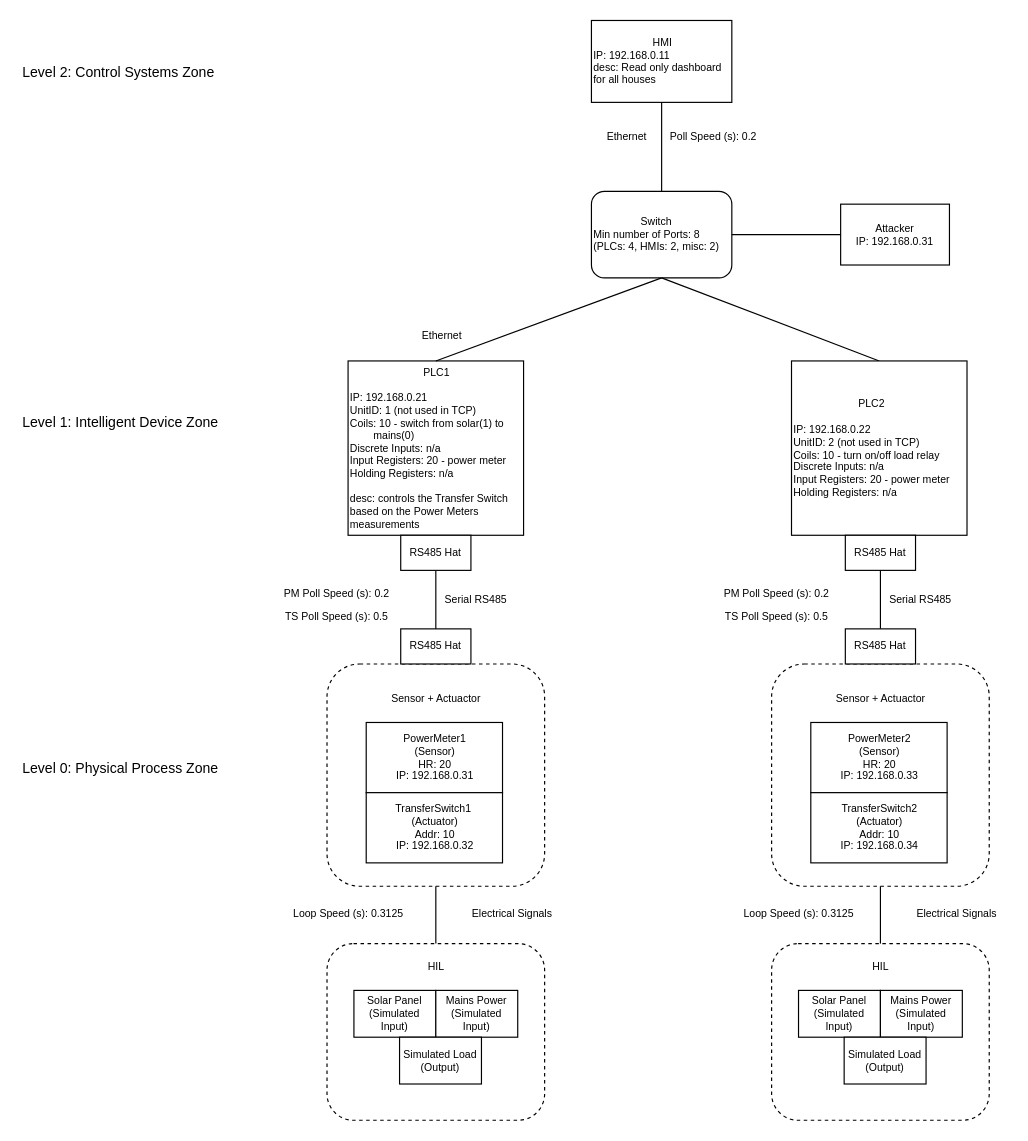
Above: diagrams/ICS Detailed Diagram.drawio in JaxsonBrownie/ICS_Simulation (draw.io), before the change. Source tidied: cells renumbered, new cells numbered last; positions are measured from the earlier drawing's top-left corner, leaving out a move shared by most shapes. Both pictures are drawn from the tidied source at 117%, with x=0, y=0 at pixel (20, 20).
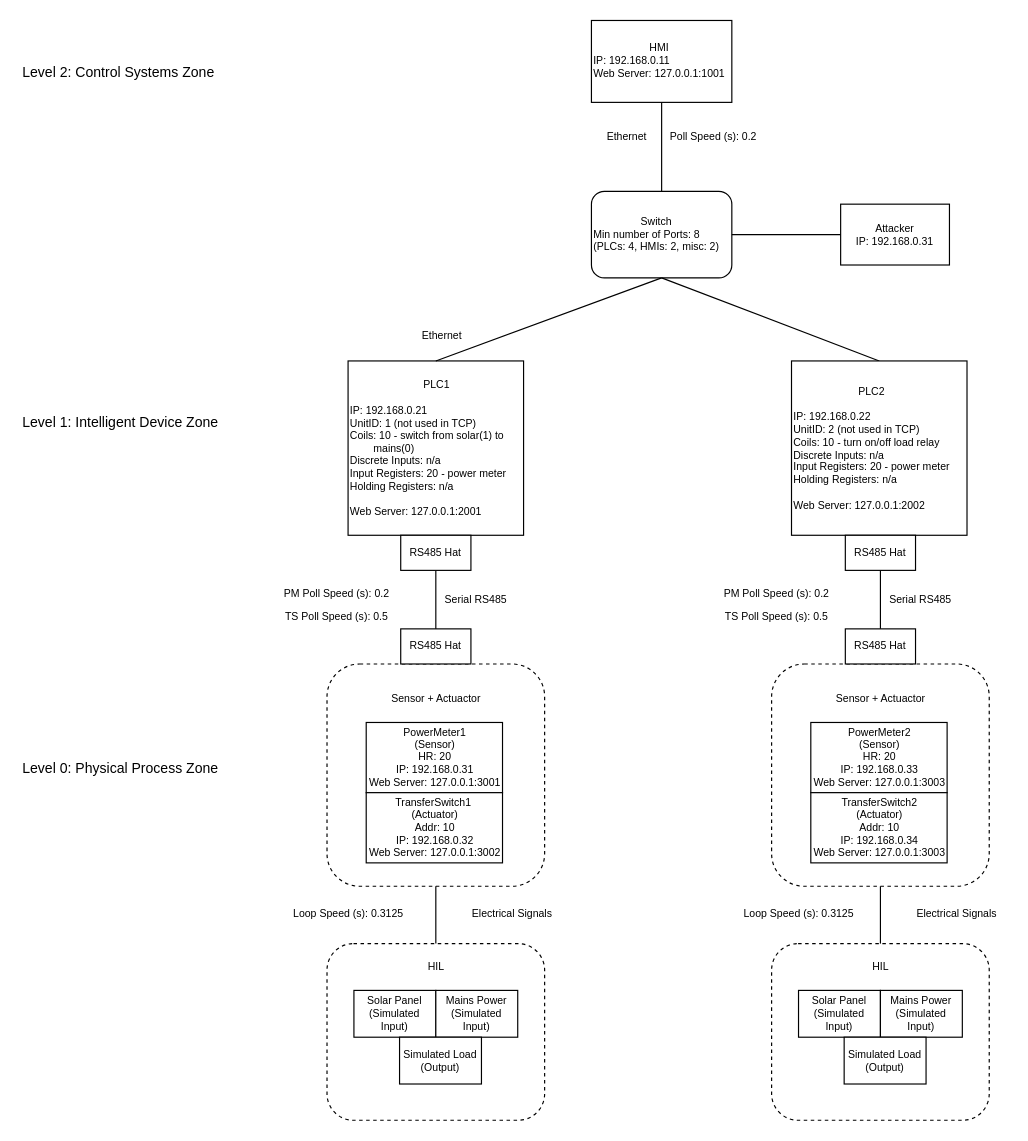
Above is the later version.

Commit message (it also covers changes not shown here):
added arg parsing; added port numbers to diagram

The edit, as a diff of the source:
```diff
@@
-    <mxCell id="4" value="&lt;div style=&quot;text-align: center;&quot;&gt;&lt;span style=&quot;background-color: initial;&quot;&gt;HMI&lt;/span&gt;&lt;/div&gt;&lt;div style=&quot;font-size: 9px;&quot;&gt;IP: 192.168.0.11&lt;/div&gt;&lt;div style=&quot;font-size: 9px;&quot;&gt;desc: Read only dashboard for all houses&lt;/div&gt;" style="rounded=0;whiteSpace=wrap;html=1;fontSize=9;align=left;" parent="1" vertex="1">
+    <mxCell id="4" value="&lt;div style=&quot;text-align: center;&quot;&gt;&lt;span style=&quot;background-color: initial;&quot;&gt;HMI&lt;/span&gt;&lt;/div&gt;&lt;div style=&quot;font-size: 9px;&quot;&gt;IP: 192.168.0.11&lt;/div&gt;&lt;div style=&quot;font-size: 9px;&quot;&gt;Web Server: 127.0.0.1:1001&lt;/div&gt;" style="rounded=0;whiteSpace=wrap;html=1;fontSize=9;align=left;" parent="1" vertex="1">
       <mxGeometry x="488" width="120" height="70" as="geometry" />
     </mxCell>
@@
-    <mxCell id="6" value="&lt;div style=&quot;text-align: center;&quot;&gt;&lt;span style=&quot;background-color: initial;&quot;&gt;PLC1&lt;/span&gt;&lt;/div&gt;&lt;div style=&quot;text-align: center;&quot;&gt;&lt;span style=&quot;background-color: initial;&quot;&gt;&lt;br&gt;&lt;/span&gt;&lt;/div&gt;&lt;div style=&quot;font-size: 9px;&quot;&gt;IP: 192.168.0.21&lt;/div&gt;&lt;div style=&quot;font-size: 9px;&quot;&gt;UnitID: 1 (not used in TCP)&lt;/div&gt;&lt;div style=&quot;font-size: 9px;&quot;&gt;Coils: 10 - switch from solar(1) to &lt;span style=&quot;white-space: pre;&quot;&gt;&#9;&lt;/span&gt;mains(0)&lt;/div&gt;&lt;div style=&quot;font-size: 9px;&quot;&gt;Discrete Inputs: n/a&lt;/div&gt;&lt;div style=&quot;font-size: 9px;&quot;&gt;Input Registers: 20 - power meter&lt;/div&gt;&lt;div style=&quot;font-size: 9px;&quot;&gt;Holding Registers: n/a&lt;/div&gt;&lt;div style=&quot;font-size: 9px;&quot;&gt;&lt;br&gt;&lt;/div&gt;&lt;div style=&quot;font-size: 9px;&quot;&gt;desc: controls the Transfer Switch based on the Power Meters measurements&lt;/div&gt;" style="rounded=0;whiteSpace=wrap;html=1;fontSize=9;align=left;horizontal=1;" parent="1" vertex="1">
+    <mxCell id="6" value="&lt;div style=&quot;text-align: center;&quot;&gt;&lt;span style=&quot;background-color: initial;&quot;&gt;PLC1&lt;/span&gt;&lt;/div&gt;&lt;div style=&quot;text-align: center;&quot;&gt;&lt;span style=&quot;background-color: initial;&quot;&gt;&lt;br&gt;&lt;/span&gt;&lt;/div&gt;&lt;div style=&quot;font-size: 9px;&quot;&gt;IP: 192.168.0.21&lt;/div&gt;&lt;div style=&quot;font-size: 9px;&quot;&gt;UnitID: 1 (not used in TCP)&lt;/div&gt;&lt;div style=&quot;font-size: 9px;&quot;&gt;Coils: 10 - switch from solar(1) to &lt;span style=&quot;white-space: pre;&quot;&gt;&#9;&lt;/span&gt;mains(0)&lt;/div&gt;&lt;div style=&quot;font-size: 9px;&quot;&gt;Discrete Inputs: n/a&lt;/div&gt;&lt;div style=&quot;font-size: 9px;&quot;&gt;Input Registers: 20 - power meter&lt;/div&gt;&lt;div style=&quot;font-size: 9px;&quot;&gt;Holding Registers: n/a&lt;/div&gt;&lt;div style=&quot;font-size: 9px;&quot;&gt;&lt;br&gt;&lt;/div&gt;&lt;div style=&quot;font-size: 9px;&quot;&gt;Web Server: 127.0.0.1:2001&lt;/div&gt;" style="rounded=0;whiteSpace=wrap;html=1;fontSize=9;align=left;horizontal=1;" parent="1" vertex="1">
       <mxGeometry x="280" y="291" width="150" height="149" as="geometry" />
     </mxCell>
@@
-    <mxCell id="10" value="&lt;div style=&quot;text-align: center;&quot;&gt;&lt;span style=&quot;background-color: initial;&quot;&gt;PLC2&lt;/span&gt;&lt;/div&gt;&lt;div style=&quot;text-align: center;&quot;&gt;&lt;span style=&quot;background-color: initial;&quot;&gt;&lt;br&gt;&lt;/span&gt;&lt;/div&gt;&lt;div style=&quot;font-size: 9px;&quot;&gt;IP: 192.168.0.22&lt;/div&gt;&lt;div style=&quot;font-size: 9px;&quot;&gt;UnitID: 2 (not used in TCP)&lt;/div&gt;&lt;div style=&quot;font-size: 9px;&quot;&gt;Coils: 10 - turn on/off load relay&lt;/div&gt;&lt;div style=&quot;font-size: 9px;&quot;&gt;Discrete Inputs: n/a&lt;/div&gt;&lt;div style=&quot;font-size: 9px;&quot;&gt;Input Registers: 20 - power meter&lt;/div&gt;&lt;div style=&quot;font-size: 9px;&quot;&gt;Holding Registers: n/a&lt;/div&gt;" style="rounded=0;whiteSpace=wrap;html=1;fontSize=9;align=left;horizontal=1;" parent="1" vertex="1">
+    <mxCell id="10" value="&lt;div style=&quot;text-align: center;&quot;&gt;&lt;span style=&quot;background-color: initial;&quot;&gt;PLC2&lt;/span&gt;&lt;/div&gt;&lt;div style=&quot;text-align: center;&quot;&gt;&lt;span style=&quot;background-color: initial;&quot;&gt;&lt;br&gt;&lt;/span&gt;&lt;/div&gt;&lt;div style=&quot;font-size: 9px;&quot;&gt;IP: 192.168.0.22&lt;/div&gt;&lt;div style=&quot;font-size: 9px;&quot;&gt;UnitID: 2 (not used in TCP)&lt;/div&gt;&lt;div style=&quot;font-size: 9px;&quot;&gt;Coils: 10 - turn on/off load relay&lt;/div&gt;&lt;div style=&quot;font-size: 9px;&quot;&gt;Discrete Inputs: n/a&lt;/div&gt;&lt;div style=&quot;font-size: 9px;&quot;&gt;Input Registers: 20 - power meter&lt;/div&gt;&lt;div style=&quot;font-size: 9px;&quot;&gt;Holding Registers: n/a&lt;/div&gt;&lt;div style=&quot;font-size: 9px;&quot;&gt;&lt;br&gt;&lt;/div&gt;&lt;div style=&quot;font-size: 9px;&quot;&gt;Web Server: 127.0.0.1:2002&lt;/div&gt;" style="rounded=0;whiteSpace=wrap;html=1;fontSize=9;align=left;horizontal=1;" parent="1" vertex="1">
       <mxGeometry x="659" y="291" width="150" height="149" as="geometry" />
     </mxCell>
@@
-    <mxCell id="19" value="PowerMeter1&lt;div&gt;(Sensor)&lt;/div&gt;&lt;div&gt;HR: 20&lt;/div&gt;&lt;div&gt;IP: 192.168.0.31&lt;/div&gt;" style="rounded=0;whiteSpace=wrap;html=1;fontSize=9;align=center;" parent="1" vertex="1">
+    <mxCell id="19" value="PowerMeter1&lt;div&gt;(Sensor)&lt;/div&gt;&lt;div&gt;HR: 20&lt;/div&gt;&lt;div&gt;IP: 192.168.0.31&lt;/div&gt;&lt;div&gt;Web Server: 127.0.0.1:3001&lt;/div&gt;" style="rounded=0;whiteSpace=wrap;html=1;fontSize=9;align=center;" parent="1" vertex="1">
       <mxGeometry x="295.5" y="600" width="116.5" height="60" as="geometry" />
     </mxCell>
@@
-    <mxCell id="30" value="TransferSwitch1&amp;nbsp;&lt;div&gt;(Actuator)&lt;div&gt;Addr: 10&lt;/div&gt;&lt;div&gt;IP: 192.168.0.32&lt;/div&gt;&lt;/div&gt;" style="rounded=0;whiteSpace=wrap;html=1;fontSize=9;" parent="1" vertex="1">
+    <mxCell id="30" value="TransferSwitch1&amp;nbsp;&lt;div&gt;(Actuator)&lt;div&gt;Addr: 10&lt;/div&gt;&lt;div&gt;IP: 192.168.0.32&lt;/div&gt;&lt;/div&gt;&lt;div&gt;Web Server: 127.0.0.1:3002&lt;/div&gt;" style="rounded=0;whiteSpace=wrap;html=1;fontSize=9;" parent="1" vertex="1">
       <mxGeometry x="295.5" y="660" width="116.5" height="60" as="geometry" />
     </mxCell>
@@
-    <mxCell id="36" value="PowerMeter2&lt;div&gt;(Sensor)&lt;/div&gt;&lt;div&gt;HR: 20&lt;/div&gt;&lt;div&gt;IP: 192.168.0.33&lt;/div&gt;" style="rounded=0;whiteSpace=wrap;html=1;fontSize=9;align=center;" parent="1" vertex="1">
+    <mxCell id="36" value="PowerMeter2&lt;div&gt;(Sensor)&lt;/div&gt;&lt;div&gt;HR: 20&lt;/div&gt;&lt;div&gt;IP: 192.168.0.33&lt;/div&gt;&lt;div&gt;Web Server: 127.0.0.1:3003&lt;/div&gt;" style="rounded=0;whiteSpace=wrap;html=1;fontSize=9;align=center;" parent="1" vertex="1">
       <mxGeometry x="675.5" y="600" width="116.5" height="60" as="geometry" />
     </mxCell>
@@
-    <mxCell id="45" value="TransferSwitch2&lt;div&gt;(Actuator)&lt;div&gt;Addr: 10&lt;/div&gt;&lt;div&gt;IP: 192.168.0.34&lt;/div&gt;&lt;/div&gt;" style="rounded=0;whiteSpace=wrap;html=1;fontSize=9;" parent="1" vertex="1">
+    <mxCell id="45" value="TransferSwitch2&lt;div&gt;(Actuator)&lt;div&gt;Addr: 10&lt;/div&gt;&lt;div&gt;IP: 192.168.0.34&lt;/div&gt;&lt;/div&gt;&lt;div&gt;Web Server: 127.0.0.1:3003&lt;/div&gt;" style="rounded=0;whiteSpace=wrap;html=1;fontSize=9;" parent="1" vertex="1">
       <mxGeometry x="675.5" y="660" width="116.5" height="60" as="geometry" />
     </mxCell>
```
